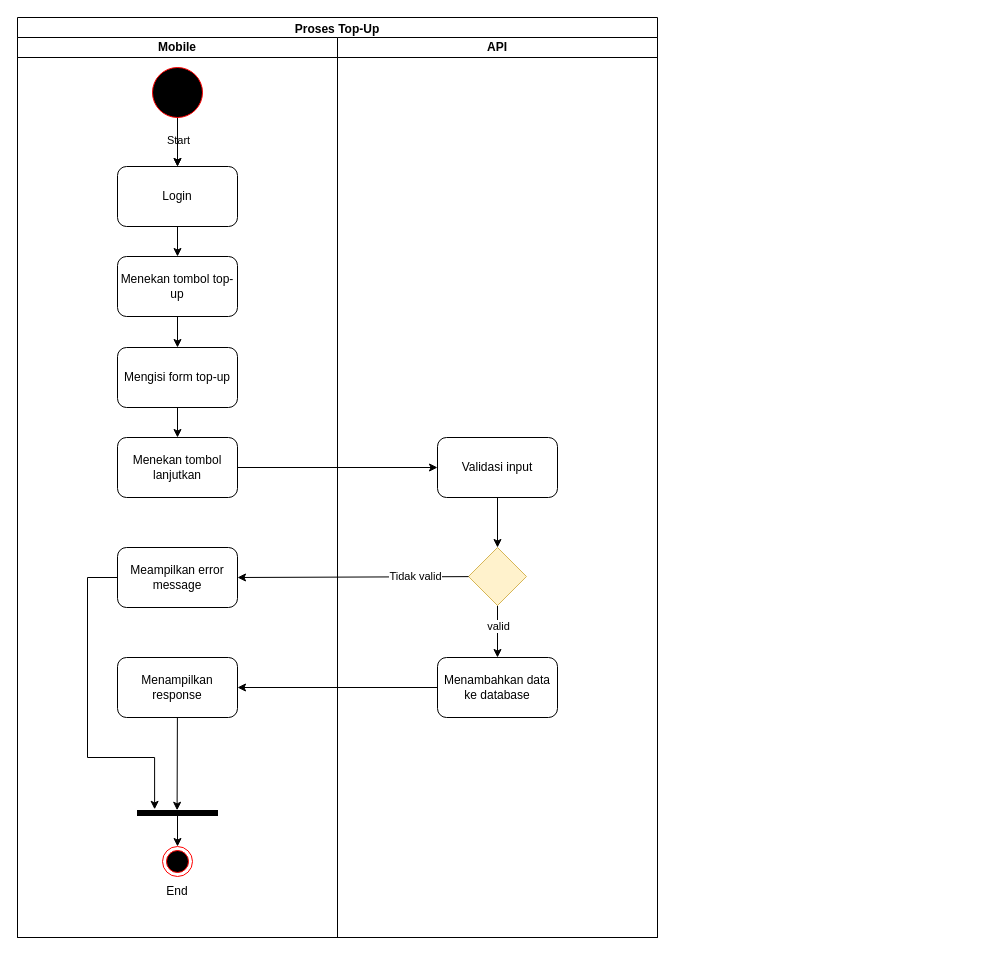
This is page "Top-Up" (3 of 5) of requirements/Activity Diagram.drawio from foxxxesky/Final-Projects-Backend-OVO, a draw.io file, before an edit. Source tidied: cells renumbered, new cells numbered last; positions are measured from the earlier drawing's top-left corner, leaving out a move shared by most shapes. Both pictures are drawn from the tidied source at 100%, with x=0, y=0 at pixel (17, 17).
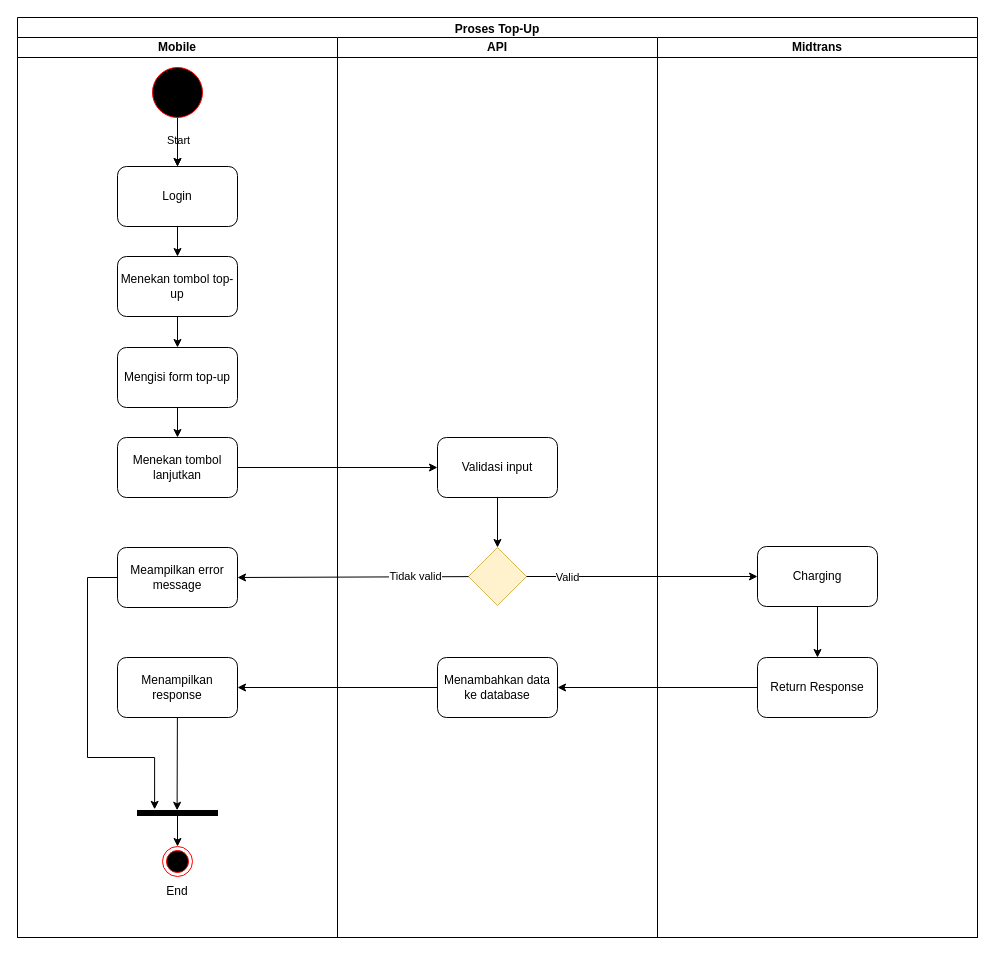
The same page after the edit.

The change refers to these unchanged cells:
```xml
<mxCell id="23" value="API" style="swimlane;startSize=20;whiteSpace=wrap;html=1;" parent="1" vertex="1">
  <mxGeometry x="320" y="20" width="320" height="900" as="geometry" />
</mxCell>
<mxCell id="28" style="rhombus;whiteSpace=wrap;html=1;fillColor=#fff2cc;strokeColor=#d6b656;" parent="23" vertex="1">
  <mxGeometry x="131" y="510" width="58" height="58" as="geometry" />
</mxCell>
<mxCell id="29" value="Menambahkan data ke database" style="whiteSpace=wrap;html=1;fillColor=none;rounded=1;" parent="23" vertex="1">
  <mxGeometry x="100" y="620" width="120" height="60" as="geometry" />
</mxCell>
```

Diff of the diagram source:
```diff
@@
     <mxCell id="2" value="Proses Top-Up" style="swimlane;whiteSpace=wrap;html=1;" parent="1" vertex="1">
-      <mxGeometry width="640" height="920" as="geometry" />
+      <mxGeometry width="960" height="920" as="geometry" />
     </mxCell>
@@
-    <mxCell id="26" style="edgeStyle=none;html=1;entryX=0.5;entryY=0;entryDx=0;entryDy=0;" parent="23" edge="1" source="28" target="29">
-      <mxGeometry relative="1" as="geometry" />
-    </mxCell>
-    <mxCell id="27" value="valid" style="edgeLabel;html=1;align=center;verticalAlign=middle;" parent="26" vertex="1">
-      <mxGeometry x="-0.22" relative="1" as="geometry" />
-    </mxCell>
@@
+    <mxCell id="34" value="Midtrans" style="swimlane;startSize=20;whiteSpace=wrap;html=1;" parent="1" vertex="1">
+      <mxGeometry x="640" y="20" width="320" height="900" as="geometry" />
+    </mxCell>
+    <mxCell id="35" style="edgeStyle=orthogonalEdgeStyle;rounded=0;html=1;entryX=0.5;entryY=0;entryDx=0;entryDy=0;" parent="34" edge="1" source="36" target="37">
+      <mxGeometry relative="1" as="geometry" />
+    </mxCell>
+    <mxCell id="36" value="Charging" style="whiteSpace=wrap;html=1;fillColor=none;rounded=1;" parent="34" vertex="1">
+      <mxGeometry x="100" y="509" width="120" height="60" as="geometry" />
+    </mxCell>
+    <mxCell id="37" value="Return Response" style="whiteSpace=wrap;html=1;fillColor=none;rounded=1;" parent="34" vertex="1">
+      <mxGeometry x="100" y="620" width="120" height="60" as="geometry" />
+    </mxCell>
+    <mxCell id="38" style="edgeStyle=orthogonalEdgeStyle;rounded=0;html=1;entryX=0;entryY=0.5;entryDx=0;entryDy=0;" parent="1" edge="1" source="28" target="36">
+      <mxGeometry relative="1" as="geometry" />
+    </mxCell>
+    <mxCell id="39" value="Valid" style="edgeLabel;html=1;align=center;verticalAlign=middle;" parent="38" vertex="1">
+      <mxGeometry x="-0.65" relative="1" as="geometry" />
+    </mxCell>
+    <mxCell id="40" style="edgeStyle=orthogonalEdgeStyle;rounded=0;html=1;entryX=1;entryY=0.5;entryDx=0;entryDy=0;" parent="1" edge="1" source="37" target="29">
+      <mxGeometry relative="1" as="geometry" />
+    </mxCell>
```
